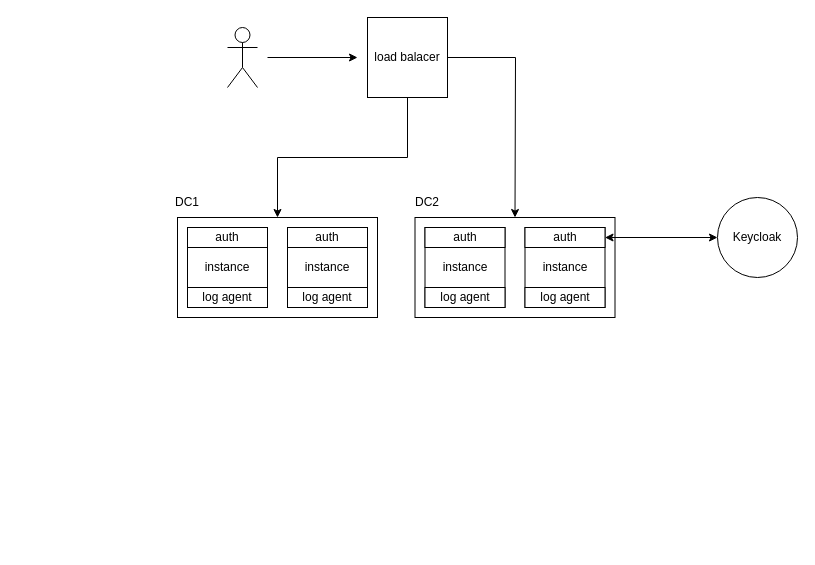
This is drawio/arch.drawio from Mishasar/marketplace, a draw.io file, before an edit. Source tidied: cells renumbered, new cells numbered last; positions are measured from the earlier drawing's top-left corner, leaving out a move shared by most shapes. Both pictures are drawn from the tidied source at 100%, with x=0, y=0 at pixel (157, 17).
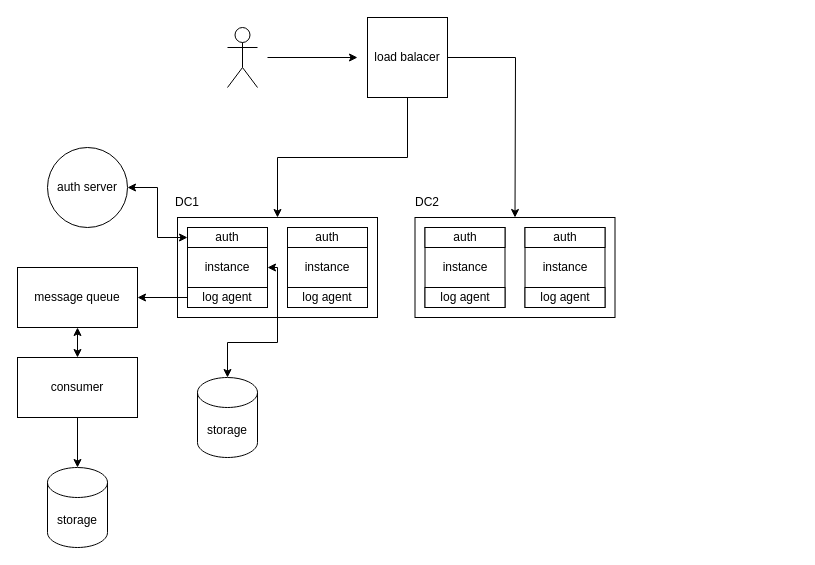
After the change.

The change refers to these unchanged cells:
```xml
<mxCell id="13" value="instance" style="whiteSpace=wrap;html=1;" parent="12" vertex="1">
  <mxGeometry width="80" height="80" as="geometry" />
</mxCell>
<mxCell id="14" value="log agent" style="rounded=0;whiteSpace=wrap;html=1;" parent="12" vertex="1">
  <mxGeometry y="60" width="80" height="20" as="geometry" />
</mxCell>
<mxCell id="15" value="auth" style="rounded=0;whiteSpace=wrap;html=1;" parent="12" vertex="1">
  <mxGeometry width="80" height="20" as="geometry" />
</mxCell>
<mxCell id="28" value="auth" style="rounded=0;whiteSpace=wrap;html=1;" parent="25" vertex="1">
  <mxGeometry width="80" height="20" as="geometry" />
</mxCell>
```

What changed in the source:
```diff
@@
-    <mxCell id="4" value="Keycloak" style="ellipse;whiteSpace=wrap;html=1;" parent="1" vertex="1">
-      <mxGeometry x="560" y="180" width="80" height="80" as="geometry" />
+    <mxCell id="4" value="auth server" style="ellipse;whiteSpace=wrap;html=1;" parent="1" vertex="1">
+      <mxGeometry x="-110" y="130" width="80" height="80" as="geometry" />
     </mxCell>
@@
-    <mxCell id="29" style="edgeStyle=orthogonalEdgeStyle;rounded=0;jettySize=auto;html=1;exitX=1;exitY=0.5;exitDx=0;exitDy=0;startArrow=classic;startFill=1;" parent="1" edge="1" source="28" target="4">
-      <mxGeometry relative="1" as="geometry" />
-    </mxCell>
+    <mxCell id="30" value="message queue" style="rounded=0;whiteSpace=wrap;html=1;" parent="1" vertex="1">
+      <mxGeometry x="-140" y="250" width="120" height="60" as="geometry" />
+    </mxCell>
+    <mxCell id="31" style="edgeStyle=orthogonalEdgeStyle;rounded=0;jettySize=auto;html=1;" parent="1" edge="1" source="14" target="30">
+      <mxGeometry relative="1" as="geometry" />
+    </mxCell>
+    <mxCell id="32" value="storage" style="shape=cylinder3;whiteSpace=wrap;html=1;boundedLbl=1;backgroundOutline=1;size=15;" parent="1" vertex="1">
+      <mxGeometry x="-110" y="450" width="60" height="80" as="geometry" />
+    </mxCell>
+    <mxCell id="33" style="edgeStyle=orthogonalEdgeStyle;rounded=0;jettySize=auto;html=1;startArrow=classic;startFill=1;" parent="1" edge="1" source="35" target="30">
+      <mxGeometry relative="1" as="geometry" />
+    </mxCell>
+    <mxCell id="34" style="edgeStyle=orthogonalEdgeStyle;rounded=0;jettySize=auto;html=1;" parent="1" edge="1" source="35" target="32">
+      <mxGeometry relative="1" as="geometry" />
+    </mxCell>
+    <mxCell id="35" value="consumer" style="rounded=0;whiteSpace=wrap;html=1;" parent="1" vertex="1">
+      <mxGeometry x="-140" y="340" width="120" height="60" as="geometry" />
+    </mxCell>
+    <mxCell id="36" value="storage" style="shape=cylinder3;whiteSpace=wrap;html=1;boundedLbl=1;backgroundOutline=1;size=15;" parent="1" vertex="1">
+      <mxGeometry x="40" y="360" width="60" height="80" as="geometry" />
+    </mxCell>
+    <mxCell id="37" style="edgeStyle=orthogonalEdgeStyle;rounded=0;jettySize=auto;html=1;exitX=1;exitY=0.5;exitDx=0;exitDy=0;startArrow=classic;startFill=1;" parent="1" edge="1" source="13" target="36">
+      <mxGeometry relative="1" as="geometry">
+        <Array as="points">
+          <mxPoint x="120" y="250" />
+          <mxPoint x="120" y="325" />
+          <mxPoint x="70" y="325" />
+        </Array>
+      </mxGeometry>
+    </mxCell>
+    <mxCell id="38" style="edgeStyle=orthogonalEdgeStyle;rounded=0;jettySize=auto;html=1;exitX=0;exitY=0.5;exitDx=0;exitDy=0;entryX=1;entryY=0.5;entryDx=0;entryDy=0;startArrow=classic;startFill=1;" parent="1" edge="1" source="15" target="4">
+      <mxGeometry relative="1" as="geometry" />
+    </mxCell>
```
